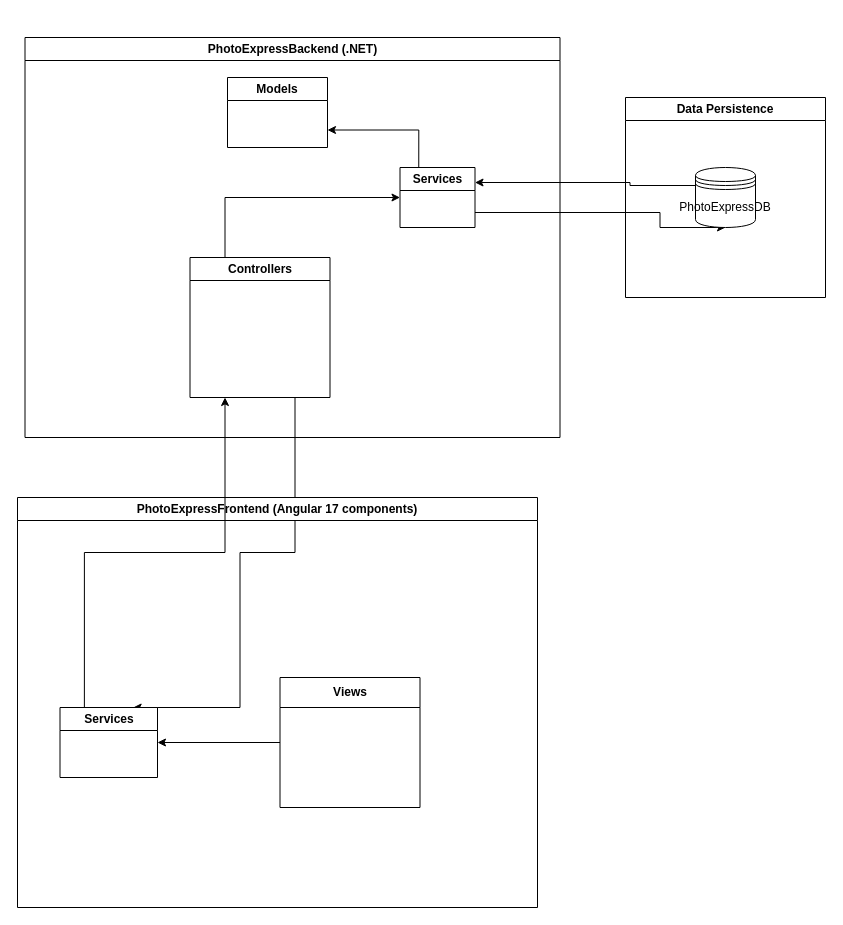
RubenU2002/photoExpressTest keeps this draw.io diagram as Docs/photoExpress Architecture.drawio. Above is the earlier version. Source tidied: cells renumbered, new cells numbered last; positions are measured from the earlier drawing's top-left corner, leaving out a move shared by most shapes. Both pictures are drawn from the tidied source at 100%, with x=0, y=0 at pixel (17, 37). Pictures stored in the file or linked from it are replaced by grey dashed boxes.
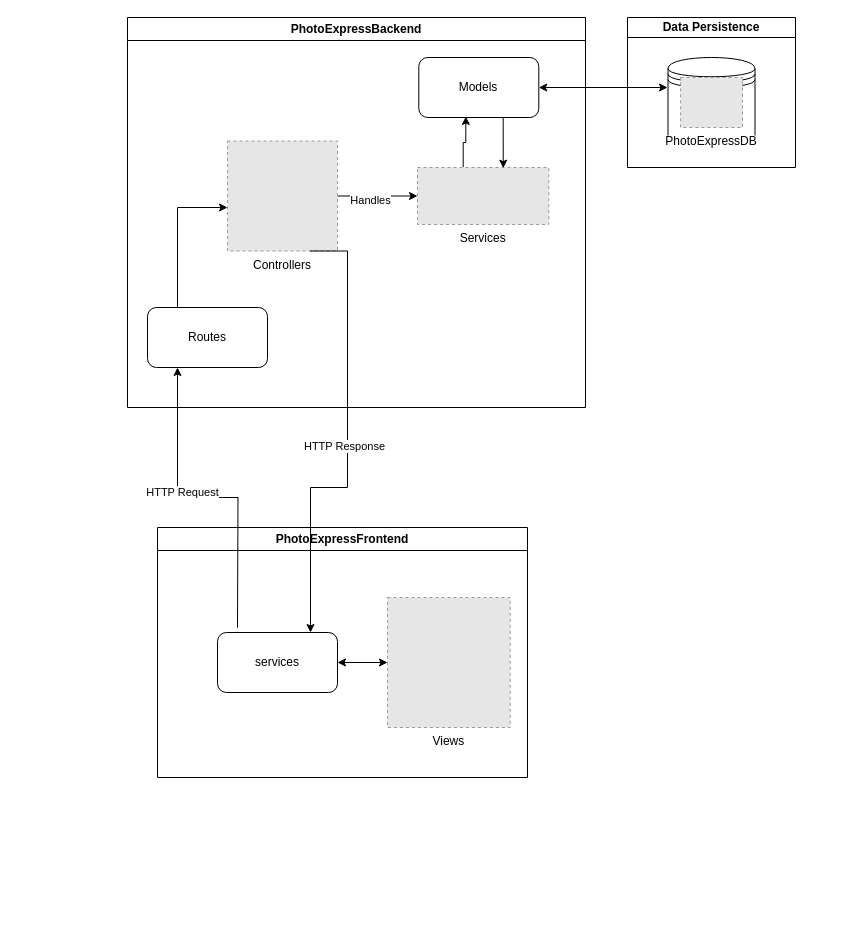
The same diagram, later.

Commit message (it also covers changes not shown here):
[add] architecture detail

What changed in the source:
```diff
@@
-    <mxCell id="2" style="edgeStyle=orthogonalEdgeStyle;rounded=0;jettySize=auto;html=1;exitX=1;exitY=0.75;exitDx=0;exitDy=0;entryX=0.5;entryY=1;entryDx=0;entryDy=0;" parent="1" edge="1" source="9" target="16">
-      <mxGeometry relative="1" as="geometry">
-        <Array as="points">
-          <mxPoint x="642.5" y="175" />
-        </Array>
-      </mxGeometry>
-    </mxCell>
-    <mxCell id="3" style="edgeStyle=orthogonalEdgeStyle;rounded=0;jettySize=auto;html=1;exitX=0.25;exitY=0;exitDx=0;exitDy=0;entryX=0;entryY=0.5;entryDx=0;entryDy=0;" parent="1" edge="1" source="5" target="9">
-      <mxGeometry relative="1" as="geometry" />
-    </mxCell>
-    <mxCell id="4" style="edgeStyle=orthogonalEdgeStyle;rounded=0;jettySize=auto;html=1;exitX=0.75;exitY=1;exitDx=0;exitDy=0;entryX=0.75;entryY=0;entryDx=0;entryDy=0;" parent="1" edge="1" source="5" target="14">
-      <mxGeometry relative="1" as="geometry">
-        <Array as="points">
-          <mxPoint x="277.5" y="515" />
-          <mxPoint x="222.5" y="515" />
-          <mxPoint x="222.5" y="670" />
-        </Array>
-      </mxGeometry>
-    </mxCell>
-    <mxCell id="5" value="Controllers" style="swimlane;whiteSpace=wrap;html=1;" parent="1" vertex="1">
-      <mxGeometry x="172.5" y="220" width="140" height="140" as="geometry" />
-    </mxCell>
-    <mxCell id="6" style="edgeStyle=orthogonalEdgeStyle;rounded=0;jettySize=auto;html=1;exitX=0;exitY=0.3;exitDx=0;exitDy=0;entryX=1;entryY=0.25;entryDx=0;entryDy=0;" parent="1" edge="1" source="16" target="9">
-      <mxGeometry relative="1" as="geometry">
-        <Array as="points">
-          <mxPoint x="612.5" y="145" />
-        </Array>
-      </mxGeometry>
-    </mxCell>
-    <mxCell id="7" value="PhotoExpressBackend (.NET)" style="swimlane;whiteSpace=wrap;html=1;" parent="1" vertex="1">
-      <mxGeometry x="7.5" width="535" height="400" as="geometry" />
+    <mxCell id="7" value="PhotoExpressBackend" style="swimlane;whiteSpace=wrap;html=1;" parent="1" vertex="1">
+      <mxGeometry x="110" y="-20" width="458" height="390" as="geometry" />
     </mxCell>
-    <mxCell id="8" style="edgeStyle=orthogonalEdgeStyle;rounded=0;jettySize=auto;html=1;exitX=0.25;exitY=0;exitDx=0;exitDy=0;entryX=1;entryY=0.75;entryDx=0;entryDy=0;" parent="7" edge="1" source="9" target="10">
+    <mxCell id="8" style="edgeStyle=orthogonalEdgeStyle;rounded=0;jettySize=auto;html=1;entryX=0.392;entryY=0.983;entryDx=0;entryDy=0;entryPerimeter=0;exitX=0.348;exitY=-0.008;exitDx=0;exitDy=0;exitPerimeter=0;" parent="7" edge="1" source="20" target="10">
       <mxGeometry relative="1" as="geometry" />
     </mxCell>
-    <mxCell id="9" value="Services" style="swimlane;whiteSpace=wrap;html=1;startSize=23;" parent="7" vertex="1">
-      <mxGeometry x="375" y="130" width="75" height="60" as="geometry" />
-    </mxCell>
+    <mxCell id="18" style="edgeStyle=orthogonalEdgeStyle;rounded=0;jettySize=auto;html=1;" parent="7" edge="1" source="5" target="20">
+      <mxGeometry relative="1" as="geometry" />
+    </mxCell>
+    <mxCell id="19" value="Handles" style="edgeLabel;html=1;align=center;verticalAlign=middle;" parent="18" vertex="1">
+      <mxGeometry x="-0.2" y="-4" relative="1" as="geometry" />
+    </mxCell>
+    <mxCell id="5" value="Controllers" style="fillColor=#E6E6E6;strokeColor=#999999;dashed=1;verticalLabelPosition=bottom;labelBackgroundColor=default;verticalAlign=top;" parent="7" vertex="1">
+      <mxGeometry x="100" y="123.5" width="110" height="110" as="geometry" />
+    </mxCell>
+    <mxCell id="20" value="Services" style="fillColor=#E6E6E6;strokeColor=#999999;dashed=1;verticalLabelPosition=bottom;labelBackgroundColor=default;verticalAlign=top;" parent="7" vertex="1">
+      <mxGeometry x="290" y="150" width="131.3" height="57" as="geometry" />
+    </mxCell>
+    <mxCell id="21" style="edgeStyle=orthogonalEdgeStyle;rounded=0;jettySize=auto;html=1;entryX=0.653;entryY=0.012;entryDx=0;entryDy=0;exitX=0.75;exitY=1;exitDx=0;exitDy=0;entryPerimeter=0;" parent="7" edge="1" source="10" target="20">
+      <mxGeometry relative="1" as="geometry">
+        <Array as="points">
+          <mxPoint x="376" y="100" />
+        </Array>
+      </mxGeometry>
+    </mxCell>
-    <mxCell id="10" value="Models" style="swimlane;whiteSpace=wrap;html=1;startSize=23;" parent="7" vertex="1">
-      <mxGeometry x="202.5" y="40" width="100" height="70" as="geometry" />
+    <mxCell id="10" value="Models" style="rounded=1;whiteSpace=wrap;html=1;" parent="7" vertex="1">
+      <mxGeometry x="291.3" y="40" width="120" height="60" as="geometry" />
     </mxCell>
+    <mxCell id="22" style="edgeStyle=orthogonalEdgeStyle;rounded=0;jettySize=auto;html=1;exitX=0.25;exitY=0;exitDx=0;exitDy=0;" parent="7" edge="1" source="23">
+      <mxGeometry relative="1" as="geometry">
+        <mxPoint x="100" y="190" as="targetPoint" />
+        <Array as="points">
+          <mxPoint x="50" y="190" />
+          <mxPoint x="100" y="190" />
+        </Array>
+      </mxGeometry>
+    </mxCell>
+    <mxCell id="23" value="Routes" style="rounded=1;whiteSpace=wrap;html=1;" parent="7" vertex="1">
+      <mxGeometry x="20" y="290" width="120" height="60" as="geometry" />
+    </mxCell>
-    <mxCell id="11" value="PhotoExpressFrontend (Angular 17 components)" style="swimlane;whiteSpace=wrap;html=1;" parent="1" vertex="1">
-      <mxGeometry y="460" width="520" height="410" as="geometry" />
+    <mxCell id="11" value="PhotoExpressFrontend" style="swimlane;whiteSpace=wrap;html=1;" parent="1" vertex="1">
+      <mxGeometry x="140" y="490" width="370" height="250" as="geometry" />
     </mxCell>
-    <mxCell id="12" style="edgeStyle=orthogonalEdgeStyle;rounded=0;jettySize=auto;html=1;exitX=0;exitY=0.5;exitDx=0;exitDy=0;entryX=1;entryY=0.5;entryDx=0;entryDy=0;" parent="11" edge="1" source="13" target="14">
-      <mxGeometry relative="1" as="geometry" />
-    </mxCell>
-    <mxCell id="13" value="Views" style="swimlane;whiteSpace=wrap;html=1;startSize=30;" parent="11" vertex="1">
-      <mxGeometry x="262.5" y="180" width="140" height="130" as="geometry" />
+    <mxCell id="13" value="Views&#10;" style="fillColor=#E6E6E6;strokeColor=#999999;dashed=1;verticalLabelPosition=bottom;labelBackgroundColor=default;verticalAlign=top;" parent="11" vertex="1">
+      <mxGeometry x="230" y="70" width="122.7" height="130" as="geometry" />
     </mxCell>
-    <mxCell id="14" value="Services" style="swimlane;whiteSpace=wrap;html=1;startSize=23;" parent="11" vertex="1">
-      <mxGeometry x="42.5" y="210" width="97.5" height="70" as="geometry" />
-    </mxCell>
+    <mxCell id="24" value="services" style="rounded=1;whiteSpace=wrap;html=1;" parent="11" vertex="1">
+      <mxGeometry x="60" y="105" width="120" height="60" as="geometry" />
+    </mxCell>
+    <mxCell id="25" style="endArrow=classic;startArrow=classic;html=1;rounded=0;entryX=0;entryY=0.5;entryDx=0;entryDy=0;" parent="11" edge="1" source="24" target="13">
+      <mxGeometry relative="1" as="geometry" />
+    </mxCell>
-    <mxCell id="15" value="Data Persistence" style="swimlane;whiteSpace=wrap;html=1;" parent="1" vertex="1">
-      <mxGeometry x="608" y="60" width="200" height="200" as="geometry" />
+    <mxCell id="15" value="Data Persistence" style="swimlane;whiteSpace=wrap;html=1;startSize=20;" parent="1" vertex="1">
+      <mxGeometry x="610" y="-20" width="168" height="150" as="geometry" />
     </mxCell>
+    <mxCell id="26" style="shape=datastore;whiteSpace=wrap;html=1;" parent="15" vertex="1">
+      <mxGeometry x="40.5" y="40" width="87" height="90" as="geometry" />
+    </mxCell>
-    <mxCell id="16" value="PhotoExpressDB" style="shape=datastore;whiteSpace=wrap;html=1;" parent="15" vertex="1">
-      <mxGeometry x="70" y="70" width="60" height="60" as="geometry" />
+    <mxCell id="16" value="PhotoExpressDB" style="fillColor=#E6E6E6;strokeColor=#999999;dashed=1;verticalLabelPosition=bottom;labelBackgroundColor=default;verticalAlign=top;" parent="15" vertex="1">
+      <mxGeometry x="53.1" y="60" width="61.9" height="50" as="geometry" />
     </mxCell>
-    <mxCell id="17" style="edgeStyle=orthogonalEdgeStyle;rounded=0;jettySize=auto;html=1;exitX=0.25;exitY=0;exitDx=0;exitDy=0;entryX=0.25;entryY=1;entryDx=0;entryDy=0;" parent="1" edge="1" source="14" target="5">
-      <mxGeometry relative="1" as="geometry" />
-    </mxCell>
+    <mxCell id="27" style="endArrow=classic;startArrow=classic;html=1;rounded=0;entryX=1;entryY=0.5;entryDx=0;entryDy=0;" parent="1" edge="1" target="10">
+      <mxGeometry relative="1" as="geometry">
+        <mxPoint x="650" y="50" as="sourcePoint" />
+      </mxGeometry>
+    </mxCell>
+    <mxCell id="28" style="edgeStyle=orthogonalEdgeStyle;rounded=0;jettySize=auto;html=1;entryX=0.25;entryY=1;entryDx=0;entryDy=0;" parent="1" edge="1" target="23">
+      <mxGeometry relative="1" as="geometry">
+        <mxPoint x="220" y="590" as="sourcePoint" />
+      </mxGeometry>
+    </mxCell>
+    <mxCell id="29" value="HTTP Request" style="edgeLabel;html=1;align=center;verticalAlign=middle;" parent="28" vertex="1">
+      <mxGeometry x="0.22" y="-4" relative="1" as="geometry" />
+    </mxCell>
+    <mxCell id="30" style="edgeStyle=orthogonalEdgeStyle;rounded=0;jettySize=auto;html=1;exitX=0.75;exitY=1;exitDx=0;exitDy=0;" parent="1" edge="1" source="5" target="24">
+      <mxGeometry relative="1" as="geometry">
+        <Array as="points">
+          <mxPoint x="330" y="214" />
+          <mxPoint x="330" y="450" />
+          <mxPoint x="293" y="450" />
+        </Array>
+      </mxGeometry>
+    </mxCell>
+    <mxCell id="31" value="HTTP Response" style="edgeLabel;html=1;align=center;verticalAlign=middle;" parent="30" vertex="1">
+      <mxGeometry x="0.02" y="-4" relative="1" as="geometry">
+        <mxPoint y="-1" as="offset" />
+      </mxGeometry>
+    </mxCell>
```
